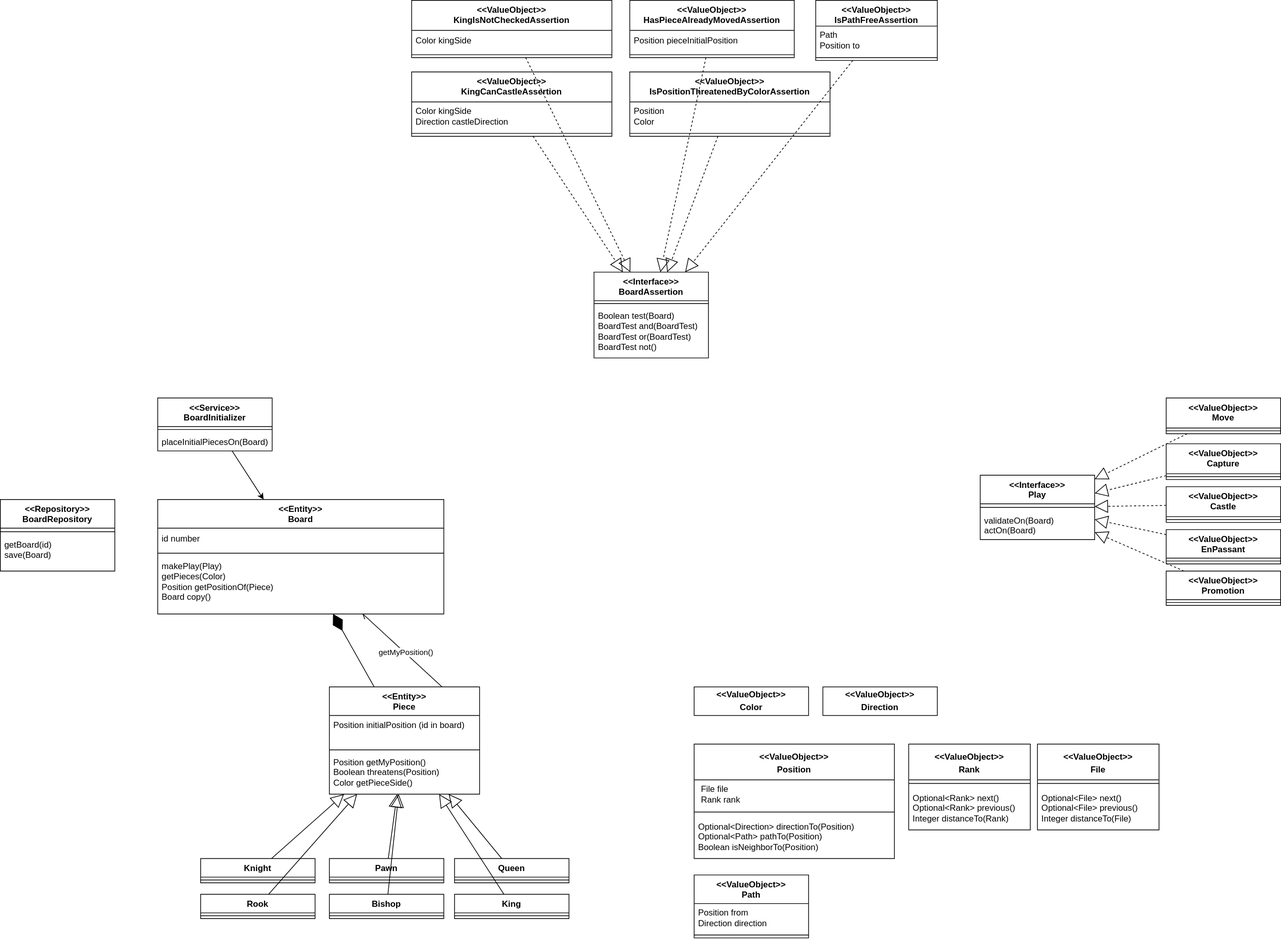
Before: model.svg, a diagram exported from draw.io (santunioni/Chessboard). Source tidied: cells renumbered, new cells last; positions are measured from the earlier drawing's top-left corner, leaving out a move shared by most shapes.
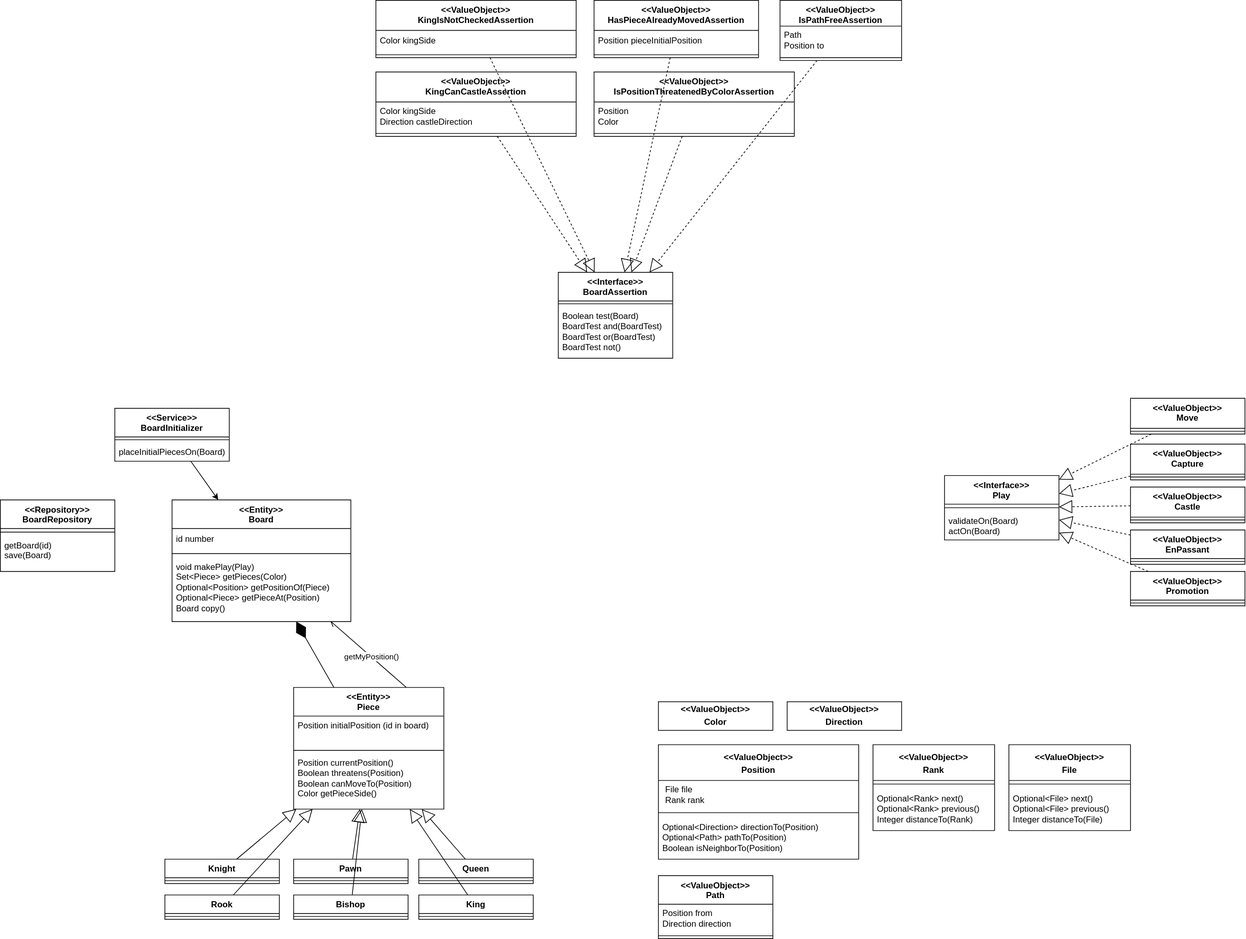
After the commit.

What changed in the source:
```diff
@@ -3,7 +3,7 @@
     <mxCell id="0" />
     <mxCell id="1" parent="0" />
     <mxCell id="2" value="&amp;lt;&amp;lt;Entity&amp;gt;&amp;gt;&lt;br&gt;Piece" style="swimlane;fontStyle=1;align=center;verticalAlign=top;horizontal=1;startSize=40;whiteSpace=wrap;html=1;" parent="1" vertex="1">
-      <mxGeometry x="460" y="960" width="210" height="150" as="geometry" />
+      <mxGeometry x="460" y="960" width="210" height="170" as="geometry" />
     </mxCell>
     <mxCell id="3" value="Position initialPosition (id in board)" style="text;strokeColor=none;fillColor=none;align=left;verticalAlign=top;spacingLeft=4;spacingRight=4;overflow=hidden;whiteSpace=wrap;html=1;" parent="2" vertex="1">
       <mxGeometry y="40" width="210" height="44" as="geometry" />
@@ -11,8 +11,8 @@
     <mxCell id="4" style="line;strokeWidth=1;fillColor=none;align=left;verticalAlign=middle;spacingTop=-1;spacingLeft=3;spacingRight=3;labelPosition=right;strokeColor=inherit;" parent="2" vertex="1">
       <mxGeometry y="84" width="210" height="8" as="geometry" />
     </mxCell>
-    <mxCell id="5" value="Position getMyPosition()&lt;br&gt;Boolean threatens(Position)&lt;br&gt;Color getPieceSide()" style="text;strokeColor=none;fillColor=none;align=left;verticalAlign=top;spacingLeft=4;spacingRight=4;overflow=hidden;whiteSpace=wrap;html=1;" parent="2" vertex="1">
-      <mxGeometry y="92" width="210" height="58" as="geometry" />
+    <mxCell id="5" value="Position currentPosition()&lt;br&gt;Boolean threatens(Position)&lt;br&gt;Boolean canMoveTo(Position)&lt;br&gt;Color getPieceSide()" style="text;strokeColor=none;fillColor=none;align=left;verticalAlign=top;spacingLeft=4;spacingRight=4;overflow=hidden;whiteSpace=wrap;html=1;" parent="2" vertex="1">
+      <mxGeometry y="92" width="210" height="78" as="geometry" />
     </mxCell>
     <mxCell id="6" value="Pawn" style="swimlane;fontStyle=1;align=center;verticalAlign=top;horizontal=1;startSize=26;whiteSpace=wrap;html=1;" parent="1" vertex="1">
       <mxGeometry x="460" y="1200" width="160" height="34" as="geometry" />
@@ -69,16 +69,16 @@
       <mxGeometry relative="1" as="geometry" />
     </mxCell>
     <mxCell id="24" value="&amp;lt;&amp;lt;Entity&amp;gt;&amp;gt;&lt;br&gt;Board" style="swimlane;fontStyle=1;align=center;verticalAlign=top;horizontal=1;startSize=40;whiteSpace=wrap;html=1;" parent="1" vertex="1">
-      <mxGeometry x="220" y="698" width="400" height="160" as="geometry" />
+      <mxGeometry x="290" y="698" width="250" height="170" as="geometry" />
     </mxCell>
     <mxCell id="25" value="id number" style="text;html=1;align=left;verticalAlign=middle;strokeColor=none;fillColor=none;spacingLeft=4;" parent="24" vertex="1">
-      <mxGeometry y="40" width="400" height="30" as="geometry" />
+      <mxGeometry y="40" width="250" height="30" as="geometry" />
     </mxCell>
     <mxCell id="26" style="line;strokeWidth=1;fillColor=none;align=left;verticalAlign=middle;spacingTop=-1;spacingLeft=3;spacingRight=3;labelPosition=right;strokeColor=inherit;" parent="24" vertex="1">
-      <mxGeometry y="70" width="400" height="10" as="geometry" />
+      <mxGeometry y="70" width="250" height="10" as="geometry" />
     </mxCell>
-    <mxCell id="27" value="makePlay(Play)&lt;br&gt;getPieces(Color)&lt;br&gt;Position getPositionOf(Piece)&lt;br&gt;Board copy()" style="text;strokeColor=none;fillColor=none;align=left;verticalAlign=top;spacingLeft=4;spacingRight=4;overflow=hidden;whiteSpace=wrap;html=1;" parent="24" vertex="1">
-      <mxGeometry y="80" width="400" height="80" as="geometry" />
+    <mxCell id="27" value="void makePlay(Play)&lt;br&gt;Set&amp;lt;Piece&amp;gt; getPieces(Color)&lt;br&gt;Optional&amp;lt;Position&amp;gt; getPositionOf(Piece)&lt;br&gt;Optional&amp;lt;Piece&amp;gt; getPieceAt(Position)&lt;br&gt;Board copy()" style="text;strokeColor=none;fillColor=none;align=left;verticalAlign=top;spacingLeft=4;spacingRight=4;overflow=hidden;whiteSpace=wrap;html=1;" parent="24" vertex="1">
+      <mxGeometry y="80" width="250" height="90" as="geometry" />
     </mxCell>
     <mxCell id="28" value="&amp;lt;&amp;lt;Interface&amp;gt;&amp;gt;&lt;br&gt;Play" style="swimlane;fontStyle=1;align=center;verticalAlign=top;horizontal=1;startSize=40;whiteSpace=wrap;html=1;" parent="1" vertex="1">
       <mxGeometry x="1370" y="664" width="160" height="90" as="geometry" />
@@ -129,7 +129,7 @@
       <mxGeometry relative="1" as="geometry" />
     </mxCell>
     <mxCell id="44" value="&lt;p style=&quot;margin:0px;margin-top:4px;text-align:center;&quot;&gt;&lt;b&gt;&amp;lt;&amp;lt;ValueObject&amp;gt;&amp;gt;&lt;/b&gt;&lt;/p&gt;&lt;p style=&quot;margin:0px;margin-top:4px;text-align:center;&quot;&gt;&lt;b&gt;Color&lt;/b&gt;&lt;/p&gt;" style="verticalAlign=top;align=left;overflow=fill;fontSize=12;fontFamily=Helvetica;html=1;whiteSpace=wrap;" parent="1" vertex="1">
-      <mxGeometry x="970" y="960" width="160" height="40" as="geometry" />
+      <mxGeometry x="970" y="980" width="160" height="40" as="geometry" />
     </mxCell>
     <mxCell id="45" style="endArrow=diamondThin;endFill=1;endSize=24;html=1;rounded=0;" parent="1" edge="1" source="2" target="24">
       <mxGeometry relative="1" as="geometry" />
@@ -138,7 +138,7 @@
       <mxGeometry relative="1" as="geometry" />
     </mxCell>
     <mxCell id="47" value="&amp;lt;&amp;lt;Service&amp;gt;&amp;gt;&lt;br&gt;BoardInitializer" style="swimlane;fontStyle=1;align=center;verticalAlign=top;horizontal=1;startSize=40;whiteSpace=wrap;html=1;" parent="1" vertex="1">
-      <mxGeometry x="220" y="556" width="160" height="74" as="geometry" />
+      <mxGeometry x="210" y="570" width="160" height="74" as="geometry" />
     </mxCell>
     <mxCell id="48" style="line;strokeWidth=1;fillColor=none;align=left;verticalAlign=middle;spacingTop=-1;spacingLeft=3;spacingRight=3;labelPosition=right;strokeColor=inherit;" parent="47" vertex="1">
       <mxGeometry y="40" width="160" height="8" as="geometry" />
@@ -222,10 +222,10 @@
       <mxGeometry y="100" width="280" height="60" as="geometry" />
     </mxCell>
     <mxCell id="75" value="&lt;p style=&quot;margin:0px;margin-top:4px;text-align:center;&quot;&gt;&lt;b&gt;&amp;lt;&amp;lt;ValueObject&amp;gt;&amp;gt;&lt;/b&gt;&lt;/p&gt;&lt;p style=&quot;margin:0px;margin-top:4px;text-align:center;&quot;&gt;&lt;b&gt;Direction&lt;/b&gt;&lt;/p&gt;" style="verticalAlign=top;align=left;overflow=fill;fontSize=12;fontFamily=Helvetica;html=1;whiteSpace=wrap;" parent="1" vertex="1">
-      <mxGeometry x="1150" y="960" width="160" height="40" as="geometry" />
+      <mxGeometry x="1150" y="980" width="160" height="40" as="geometry" />
     </mxCell>
     <mxCell id="76" value="&amp;lt;&amp;lt;Repository&amp;gt;&amp;gt;&lt;br&gt;BoardRepository" style="swimlane;fontStyle=1;align=center;verticalAlign=top;horizontal=1;startSize=40;whiteSpace=wrap;html=1;" parent="1" vertex="1">
-      <mxGeometry y="698" width="160" height="100" as="geometry" />
+      <mxGeometry x="50" y="698" width="160" height="100" as="geometry" />
     </mxCell>
     <mxCell id="77" style="line;strokeWidth=1;fillColor=none;align=left;verticalAlign=middle;spacingTop=-1;spacingLeft=3;spacingRight=3;labelPosition=right;strokeColor=inherit;" parent="76" vertex="1">
       <mxGeometry y="40" width="160" height="10" as="geometry" />
@@ -258,7 +258,7 @@
       <mxGeometry y="60" width="170" height="60" as="geometry" />
     </mxCell>
     <mxCell id="87" value="&lt;p style=&quot;border-color: var(--border-color); font-weight: 400; margin: 4px 0px 0px;&quot;&gt;&lt;b style=&quot;border-color: var(--border-color);&quot;&gt;&amp;lt;&amp;lt;ValueObject&amp;gt;&amp;gt;&lt;/b&gt;&lt;/p&gt;&lt;p style=&quot;border-color: var(--border-color); font-weight: 400; margin: 4px 0px 0px;&quot;&gt;&lt;b style=&quot;border-color: var(--border-color);&quot;&gt;File&lt;/b&gt;&lt;/p&gt;" style="swimlane;fontStyle=1;align=center;verticalAlign=top;horizontal=1;startSize=50;whiteSpace=wrap;html=1;" parent="1" vertex="1">
-      <mxGeometry x="1450" y="1040" width="170" height="120" as="geometry" />
+      <mxGeometry x="1460" y="1040" width="170" height="120" as="geometry" />
     </mxCell>
     <mxCell id="88" style="line;strokeWidth=1;fillColor=none;align=left;verticalAlign=middle;spacingTop=-1;spacingLeft=3;spacingRight=3;labelPosition=right;strokeColor=inherit;" parent="87" vertex="1">
       <mxGeometry y="50" width="170" height="10" as="geometry" />
```
